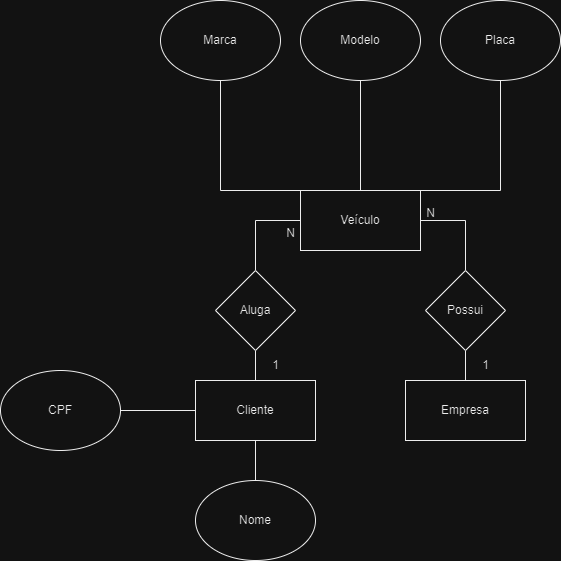
Earlier version of the draw.io export BancoDeDados/Aula3-24-07-Atividade-ModeloEntidadeRelacionamento/1.2-exercicio-locadora/Atividade-02.drawio.png (AllanR1991/Senai-2SM). Source tidied: cells renumbered, new cells last; positions are measured from the earlier drawing's top-left corner, leaving out a move shared by most shapes. The source it was exported from:
```xml
<mxGraphModel>
  <root>
    <mxCell id="0" />
    <mxCell id="1" parent="0" />
    <mxCell id="2" value="Empresa" style="rounded=0;whiteSpace=wrap;html=1;" parent="1" vertex="1">
      <mxGeometry x="405" y="380" width="120" height="60" as="geometry" />
    </mxCell>
    <mxCell id="3" style="edgeStyle=orthogonalEdgeStyle;rounded=0;jettySize=auto;html=1;endArrow=none;endFill=0;" parent="1" edge="1" source="5" target="20">
      <mxGeometry relative="1" as="geometry" />
    </mxCell>
    <mxCell id="4" style="edgeStyle=orthogonalEdgeStyle;rounded=0;jettySize=auto;html=1;entryX=0.5;entryY=0;entryDx=0;entryDy=0;endArrow=none;endFill=0;" parent="1" edge="1" source="5" target="18">
      <mxGeometry relative="1" as="geometry" />
    </mxCell>
    <mxCell id="5" value="Veículo" style="rounded=0;whiteSpace=wrap;html=1;" parent="1" vertex="1">
      <mxGeometry x="300" y="190" width="120" height="60" as="geometry" />
    </mxCell>
    <mxCell id="6" style="edgeStyle=orthogonalEdgeStyle;rounded=0;jettySize=auto;html=1;entryX=0;entryY=0;entryDx=0;entryDy=0;endArrow=none;endFill=0;" parent="1" edge="1" source="7" target="5">
      <mxGeometry relative="1" as="geometry">
        <Array as="points">
          <mxPoint x="220" y="190" />
        </Array>
      </mxGeometry>
    </mxCell>
    <mxCell id="7" value="Marca" style="ellipse;whiteSpace=wrap;html=1;" parent="1" vertex="1">
      <mxGeometry x="160" width="120" height="80" as="geometry" />
    </mxCell>
    <mxCell id="8" style="edgeStyle=orthogonalEdgeStyle;rounded=0;jettySize=auto;html=1;entryX=0.5;entryY=0;entryDx=0;entryDy=0;endArrow=none;endFill=0;" parent="1" edge="1" source="9" target="5">
      <mxGeometry relative="1" as="geometry" />
    </mxCell>
    <mxCell id="9" value="Modelo" style="ellipse;whiteSpace=wrap;html=1;" parent="1" vertex="1">
      <mxGeometry x="300" width="120" height="80" as="geometry" />
    </mxCell>
    <mxCell id="10" style="edgeStyle=orthogonalEdgeStyle;rounded=0;jettySize=auto;html=1;entryX=1;entryY=0;entryDx=0;entryDy=0;endArrow=none;endFill=0;" parent="1" edge="1" source="11" target="5">
      <mxGeometry relative="1" as="geometry">
        <Array as="points">
          <mxPoint x="500" y="190" />
        </Array>
      </mxGeometry>
    </mxCell>
    <mxCell id="11" value="Placa" style="ellipse;whiteSpace=wrap;html=1;" parent="1" vertex="1">
      <mxGeometry x="440" width="120" height="80" as="geometry" />
    </mxCell>
    <mxCell id="12" value="Cliente" style="rounded=0;whiteSpace=wrap;html=1;" parent="1" vertex="1">
      <mxGeometry x="195" y="380" width="120" height="60" as="geometry" />
    </mxCell>
    <mxCell id="13" style="edgeStyle=orthogonalEdgeStyle;rounded=0;jettySize=auto;html=1;entryX=0;entryY=0.5;entryDx=0;entryDy=0;endArrow=none;endFill=0;" parent="1" edge="1" source="14" target="12">
      <mxGeometry relative="1" as="geometry" />
    </mxCell>
    <mxCell id="14" value="CPF" style="ellipse;whiteSpace=wrap;html=1;" parent="1" vertex="1">
      <mxGeometry y="370" width="120" height="80" as="geometry" />
    </mxCell>
    <mxCell id="15" style="edgeStyle=orthogonalEdgeStyle;rounded=0;jettySize=auto;html=1;entryX=0.5;entryY=1;entryDx=0;entryDy=0;endArrow=none;endFill=0;" parent="1" edge="1" source="16" target="12">
      <mxGeometry relative="1" as="geometry" />
    </mxCell>
    <mxCell id="16" value="Nome" style="ellipse;whiteSpace=wrap;html=1;" parent="1" vertex="1">
      <mxGeometry x="195" y="480" width="120" height="80" as="geometry" />
    </mxCell>
    <mxCell id="17" style="edgeStyle=orthogonalEdgeStyle;rounded=0;jettySize=auto;html=1;entryX=0.5;entryY=0;entryDx=0;entryDy=0;endArrow=none;endFill=0;" parent="1" edge="1" source="18" target="12">
      <mxGeometry relative="1" as="geometry" />
    </mxCell>
    <mxCell id="18" value="Aluga" style="rhombus;whiteSpace=wrap;html=1;" parent="1" vertex="1">
      <mxGeometry x="215" y="270" width="80" height="80" as="geometry" />
    </mxCell>
    <mxCell id="19" style="edgeStyle=orthogonalEdgeStyle;rounded=0;jettySize=auto;html=1;entryX=0.5;entryY=0;entryDx=0;entryDy=0;endArrow=none;endFill=0;" parent="1" edge="1" source="20" target="2">
      <mxGeometry relative="1" as="geometry" />
    </mxCell>
    <mxCell id="20" value="Possui" style="rhombus;whiteSpace=wrap;html=1;" parent="1" vertex="1">
      <mxGeometry x="425" y="270" width="80" height="80" as="geometry" />
    </mxCell>
    <mxCell id="21" value="1" style="text;html=1;align=center;verticalAlign=middle;strokeColor=none;fillColor=none;" parent="1" vertex="1">
      <mxGeometry x="470" y="350" width="30" height="30" as="geometry" />
    </mxCell>
    <mxCell id="22" value="N" style="text;html=1;align=center;verticalAlign=middle;strokeColor=none;fillColor=none;" parent="1" vertex="1">
      <mxGeometry x="415" y="198" width="30" height="30" as="geometry" />
    </mxCell>
    <mxCell id="23" value="N" style="text;html=1;align=center;verticalAlign=middle;strokeColor=none;fillColor=none;" parent="1" vertex="1">
      <mxGeometry x="275" y="218" width="30" height="30" as="geometry" />
    </mxCell>
    <mxCell id="24" value="1" style="text;html=1;align=center;verticalAlign=middle;strokeColor=none;fillColor=none;" parent="1" vertex="1">
      <mxGeometry x="260" y="350" width="30" height="30" as="geometry" />
    </mxCell>
  </root>
</mxGraphModel>
```
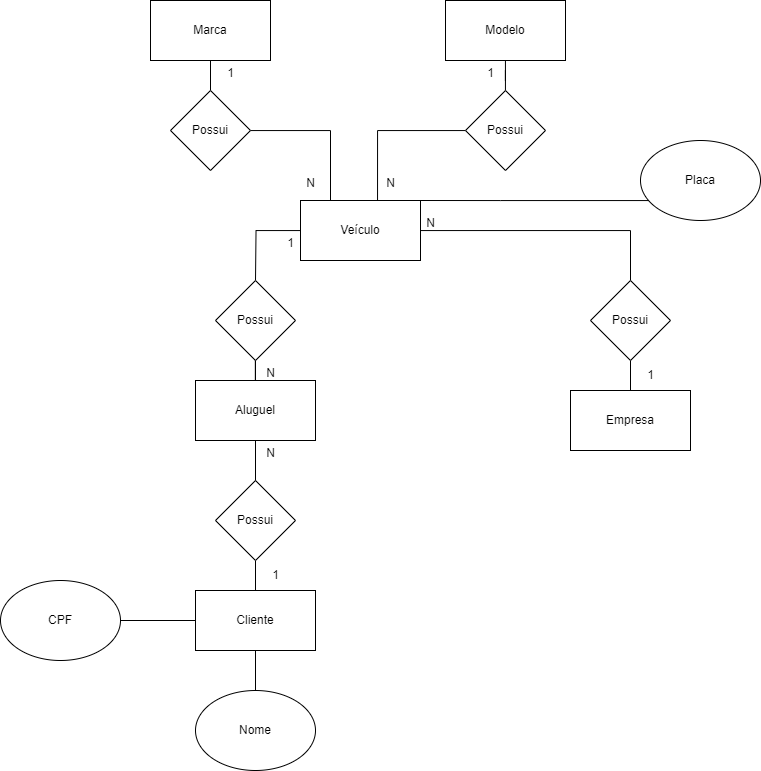
The same file after the commit.

Diff of the diagram source:
```diff
@@ -3,33 +3,19 @@
     <mxCell id="0" />
     <mxCell id="1" parent="0" />
     <mxCell id="2" value="Empresa" style="rounded=0;whiteSpace=wrap;html=1;" parent="1" vertex="1">
-      <mxGeometry x="405" y="380" width="120" height="60" as="geometry" />
+      <mxGeometry x="570" y="380" width="120" height="60" as="geometry" />
     </mxCell>
     <mxCell id="3" style="edgeStyle=orthogonalEdgeStyle;rounded=0;jettySize=auto;html=1;endArrow=none;endFill=0;" parent="1" edge="1" source="5" target="20">
       <mxGeometry relative="1" as="geometry" />
     </mxCell>
-    <mxCell id="4" style="edgeStyle=orthogonalEdgeStyle;rounded=0;jettySize=auto;html=1;entryX=0.5;entryY=0;entryDx=0;entryDy=0;endArrow=none;endFill=0;" parent="1" edge="1" source="5" target="18">
-      <mxGeometry relative="1" as="geometry" />
+    <mxCell id="4" style="edgeStyle=orthogonalEdgeStyle;rounded=0;jettySize=auto;html=1;entryX=0.5;entryY=0;entryDx=0;entryDy=0;endArrow=none;endFill=0;" parent="1" edge="1" source="5">
+      <mxGeometry relative="1" as="geometry">
+        <mxPoint x="255" y="270" as="targetPoint" />
+      </mxGeometry>
     </mxCell>
     <mxCell id="5" value="Veículo" style="rounded=0;whiteSpace=wrap;html=1;" parent="1" vertex="1">
       <mxGeometry x="300" y="190" width="120" height="60" as="geometry" />
     </mxCell>
-    <mxCell id="6" style="edgeStyle=orthogonalEdgeStyle;rounded=0;jettySize=auto;html=1;entryX=0;entryY=0;entryDx=0;entryDy=0;endArrow=none;endFill=0;" parent="1" edge="1" source="7" target="5">
-      <mxGeometry relative="1" as="geometry">
-        <Array as="points">
-          <mxPoint x="220" y="190" />
-        </Array>
-      </mxGeometry>
-    </mxCell>
-    <mxCell id="7" value="Marca" style="ellipse;whiteSpace=wrap;html=1;" parent="1" vertex="1">
-      <mxGeometry x="160" width="120" height="80" as="geometry" />
-    </mxCell>
-    <mxCell id="8" style="edgeStyle=orthogonalEdgeStyle;rounded=0;jettySize=auto;html=1;entryX=0.5;entryY=0;entryDx=0;entryDy=0;endArrow=none;endFill=0;" parent="1" edge="1" source="9" target="5">
-      <mxGeometry relative="1" as="geometry" />
-    </mxCell>
-    <mxCell id="9" value="Modelo" style="ellipse;whiteSpace=wrap;html=1;" parent="1" vertex="1">
-      <mxGeometry x="300" width="120" height="80" as="geometry" />
-    </mxCell>
     <mxCell id="10" style="edgeStyle=orthogonalEdgeStyle;rounded=0;jettySize=auto;html=1;entryX=1;entryY=0;entryDx=0;entryDy=0;endArrow=none;endFill=0;" parent="1" edge="1" source="11" target="5">
       <mxGeometry relative="1" as="geometry">
         <Array as="points">
@@ -38,46 +24,100 @@
       </mxGeometry>
     </mxCell>
     <mxCell id="11" value="Placa" style="ellipse;whiteSpace=wrap;html=1;" parent="1" vertex="1">
-      <mxGeometry x="440" width="120" height="80" as="geometry" />
+      <mxGeometry x="640" y="130" width="120" height="80" as="geometry" />
     </mxCell>
     <mxCell id="12" value="Cliente" style="rounded=0;whiteSpace=wrap;html=1;" parent="1" vertex="1">
-      <mxGeometry x="195" y="380" width="120" height="60" as="geometry" />
+      <mxGeometry x="195" y="580" width="120" height="60" as="geometry" />
     </mxCell>
     <mxCell id="13" style="edgeStyle=orthogonalEdgeStyle;rounded=0;jettySize=auto;html=1;entryX=0;entryY=0.5;entryDx=0;entryDy=0;endArrow=none;endFill=0;" parent="1" edge="1" source="14" target="12">
       <mxGeometry relative="1" as="geometry" />
     </mxCell>
     <mxCell id="14" value="CPF" style="ellipse;whiteSpace=wrap;html=1;" parent="1" vertex="1">
-      <mxGeometry y="370" width="120" height="80" as="geometry" />
+      <mxGeometry y="570" width="120" height="80" as="geometry" />
     </mxCell>
     <mxCell id="15" style="edgeStyle=orthogonalEdgeStyle;rounded=0;jettySize=auto;html=1;entryX=0.5;entryY=1;entryDx=0;entryDy=0;endArrow=none;endFill=0;" parent="1" edge="1" source="16" target="12">
       <mxGeometry relative="1" as="geometry" />
     </mxCell>
     <mxCell id="16" value="Nome" style="ellipse;whiteSpace=wrap;html=1;" parent="1" vertex="1">
-      <mxGeometry x="195" y="480" width="120" height="80" as="geometry" />
+      <mxGeometry x="195" y="680" width="120" height="80" as="geometry" />
     </mxCell>
-    <mxCell id="17" style="edgeStyle=orthogonalEdgeStyle;rounded=0;jettySize=auto;html=1;entryX=0.5;entryY=0;entryDx=0;entryDy=0;endArrow=none;endFill=0;" parent="1" edge="1" source="18" target="12">
+    <mxCell id="17" style="edgeStyle=orthogonalEdgeStyle;rounded=0;jettySize=auto;html=1;entryX=0.5;entryY=0;entryDx=0;entryDy=0;endArrow=none;endFill=0;exitX=0.5;exitY=1;exitDx=0;exitDy=0;" parent="1" edge="1" source="35" target="12">
       <mxGeometry relative="1" as="geometry" />
     </mxCell>
-    <mxCell id="18" value="Aluga" style="rhombus;whiteSpace=wrap;html=1;" parent="1" vertex="1">
-      <mxGeometry x="215" y="270" width="80" height="80" as="geometry" />
-    </mxCell>
     <mxCell id="19" style="edgeStyle=orthogonalEdgeStyle;rounded=0;jettySize=auto;html=1;entryX=0.5;entryY=0;entryDx=0;entryDy=0;endArrow=none;endFill=0;" parent="1" edge="1" source="20" target="2">
       <mxGeometry relative="1" as="geometry" />
     </mxCell>
     <mxCell id="20" value="Possui" style="rhombus;whiteSpace=wrap;html=1;" parent="1" vertex="1">
-      <mxGeometry x="425" y="270" width="80" height="80" as="geometry" />
+      <mxGeometry x="590" y="270" width="80" height="80" as="geometry" />
     </mxCell>
     <mxCell id="21" value="1" style="text;html=1;align=center;verticalAlign=middle;strokeColor=none;fillColor=none;" parent="1" vertex="1">
-      <mxGeometry x="470" y="350" width="30" height="30" as="geometry" />
+      <mxGeometry x="635" y="350" width="30" height="30" as="geometry" />
     </mxCell>
     <mxCell id="22" value="N" style="text;html=1;align=center;verticalAlign=middle;strokeColor=none;fillColor=none;" parent="1" vertex="1">
       <mxGeometry x="415" y="198" width="30" height="30" as="geometry" />
     </mxCell>
-    <mxCell id="23" value="N" style="text;html=1;align=center;verticalAlign=middle;strokeColor=none;fillColor=none;" parent="1" vertex="1">
+    <mxCell id="23" value="1" style="text;html=1;align=center;verticalAlign=middle;strokeColor=none;fillColor=none;" parent="1" vertex="1">
       <mxGeometry x="275" y="218" width="30" height="30" as="geometry" />
     </mxCell>
     <mxCell id="24" value="1" style="text;html=1;align=center;verticalAlign=middle;strokeColor=none;fillColor=none;" parent="1" vertex="1">
-      <mxGeometry x="260" y="350" width="30" height="30" as="geometry" />
+      <mxGeometry x="260" y="550" width="30" height="30" as="geometry" />
     </mxCell>
+    <mxCell id="7" value="Marca" style="rounded=0;whiteSpace=wrap;html=1;" parent="1" vertex="1">
+      <mxGeometry x="150" y="-10" width="120" height="60" as="geometry" />
+    </mxCell>
+    <mxCell id="25" style="edgeStyle=orthogonalEdgeStyle;rounded=0;jettySize=auto;html=1;endArrow=none;endFill=0;" parent="1" edge="1" source="9" target="32">
+      <mxGeometry relative="1" as="geometry" />
+    </mxCell>
+    <mxCell id="9" value="Modelo" style="rounded=0;whiteSpace=wrap;html=1;" parent="1" vertex="1">
+      <mxGeometry x="445" y="-10" width="120" height="60" as="geometry" />
+    </mxCell>
+    <mxCell id="26" style="edgeStyle=orthogonalEdgeStyle;rounded=0;jettySize=auto;html=1;endArrow=none;endFill=0;" parent="1" edge="1" source="27" target="33">
+      <mxGeometry relative="1" as="geometry" />
+    </mxCell>
+    <mxCell id="27" value="Aluguel" style="rounded=0;whiteSpace=wrap;html=1;" parent="1" vertex="1">
+      <mxGeometry x="195" y="370" width="120" height="60" as="geometry" />
+    </mxCell>
+    <mxCell id="28" style="edgeStyle=orthogonalEdgeStyle;rounded=0;jettySize=auto;html=1;endArrow=none;endFill=0;" parent="1" edge="1" source="30" target="7">
+      <mxGeometry relative="1" as="geometry" />
+    </mxCell>
+    <mxCell id="29" style="edgeStyle=orthogonalEdgeStyle;rounded=0;jettySize=auto;html=1;entryX=0.25;entryY=0;entryDx=0;entryDy=0;endArrow=none;endFill=0;" parent="1" edge="1" source="30" target="5">
+      <mxGeometry relative="1" as="geometry" />
+    </mxCell>
+    <mxCell id="30" value="Possui" style="rhombus;whiteSpace=wrap;html=1;" parent="1" vertex="1">
+      <mxGeometry x="170" y="80" width="80" height="80" as="geometry" />
+    </mxCell>
+    <mxCell id="31" style="edgeStyle=orthogonalEdgeStyle;rounded=0;jettySize=auto;html=1;entryX=0.642;entryY=-0.003;entryDx=0;entryDy=0;entryPerimeter=0;endArrow=none;endFill=0;" parent="1" edge="1" source="32" target="5">
+      <mxGeometry relative="1" as="geometry" />
+    </mxCell>
+    <mxCell id="32" value="Possui" style="rhombus;whiteSpace=wrap;html=1;" parent="1" vertex="1">
+      <mxGeometry x="465" y="80" width="80" height="80" as="geometry" />
+    </mxCell>
+    <mxCell id="33" value="Possui" style="rhombus;whiteSpace=wrap;html=1;" parent="1" vertex="1">
+      <mxGeometry x="215" y="270" width="80" height="80" as="geometry" />
+    </mxCell>
+    <mxCell id="34" style="edgeStyle=orthogonalEdgeStyle;rounded=0;jettySize=auto;html=1;endArrow=none;endFill=0;" parent="1" edge="1" source="35" target="27">
+      <mxGeometry relative="1" as="geometry" />
+    </mxCell>
+    <mxCell id="35" value="Possui" style="rhombus;whiteSpace=wrap;html=1;" parent="1" vertex="1">
+      <mxGeometry x="215" y="470" width="80" height="80" as="geometry" />
+    </mxCell>
+    <mxCell id="36" value="N" style="text;html=1;align=center;verticalAlign=middle;strokeColor=none;fillColor=none;" parent="1" vertex="1">
+      <mxGeometry x="295" y="158" width="30" height="30" as="geometry" />
+    </mxCell>
+    <mxCell id="37" value="1" style="text;html=1;align=center;verticalAlign=middle;strokeColor=none;fillColor=none;" parent="1" vertex="1">
+      <mxGeometry x="215" y="48" width="30" height="30" as="geometry" />
+    </mxCell>
+    <mxCell id="38" value="N" style="text;html=1;align=center;verticalAlign=middle;strokeColor=none;fillColor=none;" parent="1" vertex="1">
+      <mxGeometry x="255" y="348" width="30" height="30" as="geometry" />
+    </mxCell>
+    <mxCell id="39" value="N" style="text;html=1;align=center;verticalAlign=middle;strokeColor=none;fillColor=none;" parent="1" vertex="1">
+      <mxGeometry x="255" y="428" width="30" height="30" as="geometry" />
+    </mxCell>
+    <mxCell id="40" value="1" style="text;html=1;align=center;verticalAlign=middle;strokeColor=none;fillColor=none;" parent="1" vertex="1">
+      <mxGeometry x="475" y="48" width="30" height="30" as="geometry" />
+    </mxCell>
+    <mxCell id="41" value="N" style="text;html=1;align=center;verticalAlign=middle;strokeColor=none;fillColor=none;" parent="1" vertex="1">
+      <mxGeometry x="375" y="158" width="30" height="30" as="geometry" />
+    </mxCell>
   </root>
 </mxGraphModel>
```
